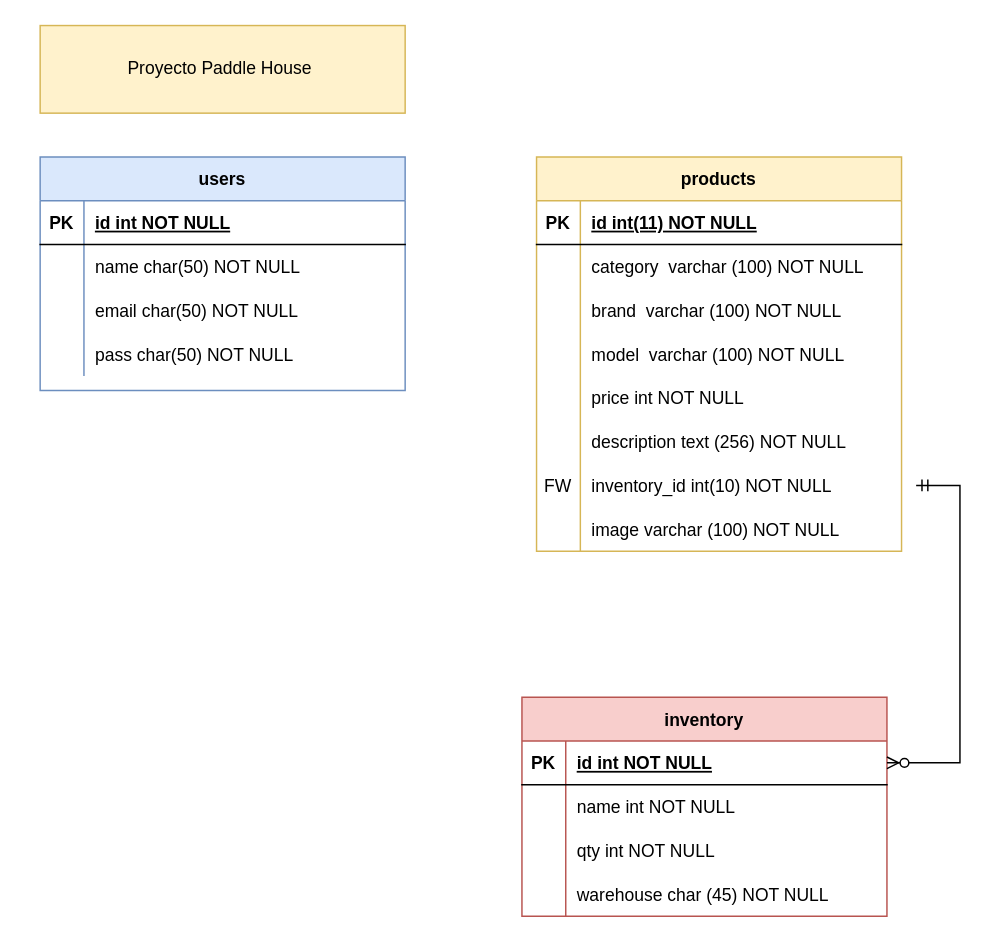
Earlier version of the draw.io diagram Diagrama BD Paddle House.drawio (Ferchu14th/Grupo_4_PaddleHouse). Source tidied: cells renumbered, new cells numbered last; positions are measured from the earlier drawing's top-left corner, leaving out a move shared by most shapes. Both pictures are drawn from the tidied source at 146%, with x=0, y=0 at pixel (39, 25).
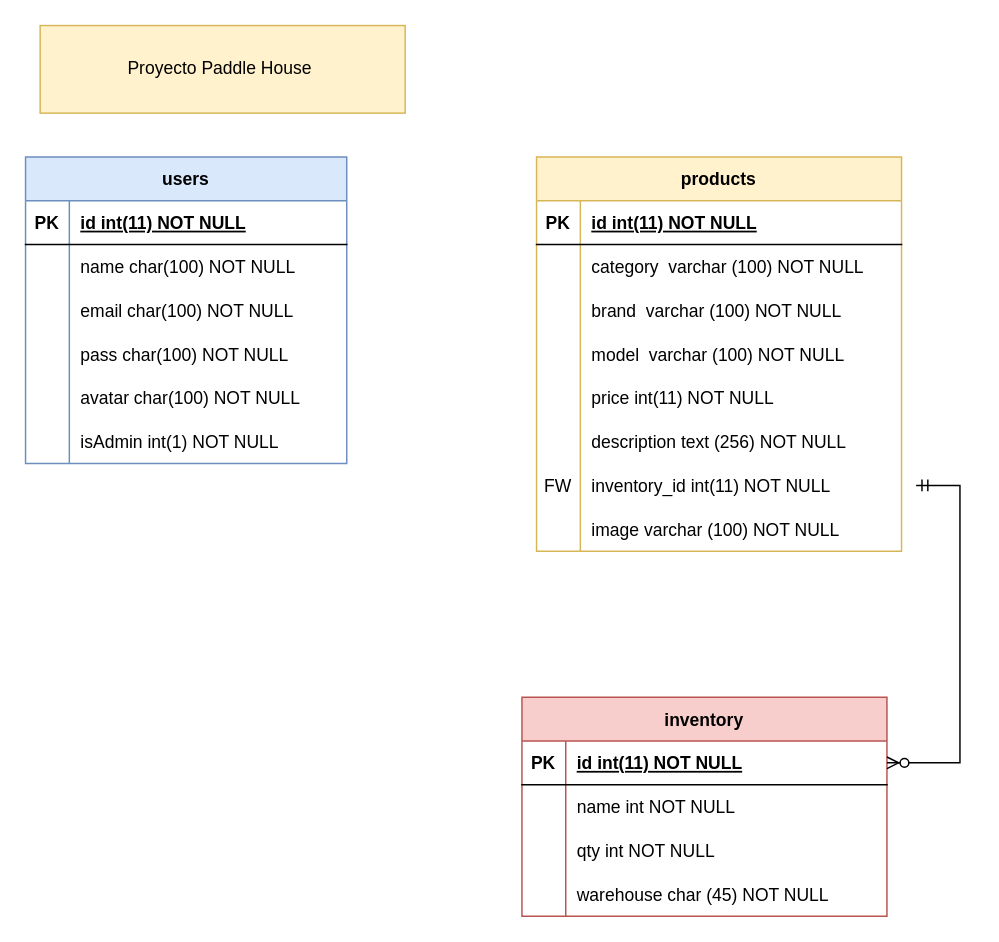
The same diagram, later.

Commit message (it also covers changes not shown here):
diagrama BD ajustado y versión en PDF para ver desde VC

The change refers to these unchanged cells:
```xml
<mxCell id="15" style="shape=partialRectangle;fillColor=none;top=0;left=0;right=0;bottom=0;" parent="2" vertex="1">
  <mxGeometry y="150" width="250" height="30" as="geometry" />
</mxCell>
<mxCell id="21" style="shape=partialRectangle;fillColor=none;top=0;left=0;right=0;bottom=0;" parent="2" vertex="1">
  <mxGeometry y="210" width="250" height="30" as="geometry" />
</mxCell>
<mxCell id="41" style="shape=partialRectangle;fillColor=none;points=[[0,0.5],[1,0.5]];portConstraint=eastwest;top=0;left=0;right=0;bottom=1;" parent="40" vertex="1">
  <mxGeometry y="30" width="250" height="30" as="geometry" />
</mxCell>
```

Diff of the diagram source:
```diff
@@
-    <mxCell id="17" value="price int NOT NULL" style="shape=partialRectangle;overflow=hidden;fillColor=none;top=0;left=0;bottom=0;right=0;align=left;spacingLeft=6;" parent="15" vertex="1">
+    <mxCell id="17" value="price int(11) NOT NULL" style="shape=partialRectangle;overflow=hidden;fillColor=none;top=0;left=0;bottom=0;right=0;align=left;spacingLeft=6;" parent="15" vertex="1">
       <mxGeometry x="30" width="220" height="30" as="geometry" />
     </mxCell>
@@
-    <mxCell id="23" value="inventory_id int(10) NOT NULL" style="shape=partialRectangle;overflow=hidden;fillColor=none;top=0;left=0;bottom=0;right=0;align=left;spacingLeft=6;" parent="21" vertex="1">
+    <mxCell id="23" value="inventory_id int(11) NOT NULL" style="shape=partialRectangle;overflow=hidden;fillColor=none;top=0;left=0;bottom=0;right=0;align=left;spacingLeft=6;" parent="21" vertex="1">
       <mxGeometry x="30" width="220" height="30" as="geometry" />
     </mxCell>
@@
     <mxCell id="27" value="users" style="shape=table;startSize=30;childLayout=tableLayout;rowLines=0;fontStyle=1;align=center;fillColor=#dae8fc;strokeColor=#6c8ebf;" parent="1" vertex="1">
-      <mxGeometry y="90" width="250" height="160" as="geometry" />
+      <mxGeometry x="-10" y="90" width="220" height="210" as="geometry" />
     </mxCell>
     <mxCell id="28" style="shape=partialRectangle;fillColor=none;top=0;left=0;right=0;bottom=1;" parent="27" vertex="1">
-      <mxGeometry y="30" width="250" height="30" as="geometry" />
+      <mxGeometry y="30" width="220" height="30" as="geometry" />
     </mxCell>
@@
-    <mxCell id="30" value="id int NOT NULL " style="shape=partialRectangle;overflow=hidden;fillColor=none;top=0;left=0;bottom=0;right=0;align=left;spacingLeft=6;fontStyle=5;" parent="28" vertex="1">
-      <mxGeometry x="30" width="220" height="30" as="geometry" />
+    <mxCell id="30" value="id int(11) NOT NULL " style="shape=partialRectangle;overflow=hidden;fillColor=none;top=0;left=0;bottom=0;right=0;align=left;spacingLeft=6;fontStyle=5;" parent="28" vertex="1">
+      <mxGeometry x="30" width="190" height="30" as="geometry" />
     </mxCell>
     <mxCell id="31" style="shape=partialRectangle;fillColor=none;top=0;left=0;right=0;bottom=0;" parent="27" vertex="1">
-      <mxGeometry y="60" width="250" height="30" as="geometry" />
+      <mxGeometry y="60" width="220" height="30" as="geometry" />
     </mxCell>
@@
-    <mxCell id="33" value="name char(50) NOT NULL" style="shape=partialRectangle;overflow=hidden;fillColor=none;top=0;left=0;bottom=0;right=0;align=left;spacingLeft=6;" parent="31" vertex="1">
-      <mxGeometry x="30" width="220" height="30" as="geometry" />
+    <mxCell id="33" value="name char(100) NOT NULL" style="shape=partialRectangle;overflow=hidden;fillColor=none;top=0;left=0;bottom=0;right=0;align=left;spacingLeft=6;" parent="31" vertex="1">
+      <mxGeometry x="30" width="190" height="30" as="geometry" />
     </mxCell>
     <mxCell id="34" style="shape=partialRectangle;fillColor=none;top=0;left=0;right=0;bottom=0;" parent="27" vertex="1">
-      <mxGeometry y="90" width="250" height="30" as="geometry" />
+      <mxGeometry y="90" width="220" height="30" as="geometry" />
     </mxCell>
@@
-    <mxCell id="36" value="email char(50) NOT NULL" style="shape=partialRectangle;overflow=hidden;fillColor=none;top=0;left=0;bottom=0;right=0;align=left;spacingLeft=6;" parent="34" vertex="1">
-      <mxGeometry x="30" width="220" height="30" as="geometry" />
+    <mxCell id="36" value="email char(100) NOT NULL" style="shape=partialRectangle;overflow=hidden;fillColor=none;top=0;left=0;bottom=0;right=0;align=left;spacingLeft=6;" parent="34" vertex="1">
+      <mxGeometry x="30" width="190" height="30" as="geometry" />
     </mxCell>
     <mxCell id="37" style="shape=partialRectangle;fillColor=none;top=0;left=0;right=0;bottom=0;" parent="27" vertex="1">
-      <mxGeometry y="120" width="250" height="30" as="geometry" />
+      <mxGeometry y="120" width="220" height="30" as="geometry" />
     </mxCell>
@@
-    <mxCell id="39" value="pass char(50) NOT NULL" style="shape=partialRectangle;overflow=hidden;fillColor=none;top=0;left=0;bottom=0;right=0;align=left;spacingLeft=6;" parent="37" vertex="1">
-      <mxGeometry x="30" width="220" height="30" as="geometry" />
+    <mxCell id="39" value="pass char(100) NOT NULL" style="shape=partialRectangle;overflow=hidden;fillColor=none;top=0;left=0;bottom=0;right=0;align=left;spacingLeft=6;" parent="37" vertex="1">
+      <mxGeometry x="30" width="190" height="30" as="geometry" />
     </mxCell>
+    <mxCell id="55" style="shape=partialRectangle;fillColor=none;top=0;left=0;right=0;bottom=0;" parent="27" vertex="1">
+      <mxGeometry y="150" width="220" height="30" as="geometry" />
+    </mxCell>
+    <mxCell id="56" style="shape=partialRectangle;overflow=hidden;fillColor=none;top=0;left=0;bottom=0;right=0;" parent="55" vertex="1">
+      <mxGeometry width="30" height="30" as="geometry" />
+    </mxCell>
+    <mxCell id="57" value="avatar char(100) NOT NULL" style="shape=partialRectangle;overflow=hidden;fillColor=none;top=0;left=0;bottom=0;right=0;align=left;spacingLeft=6;" parent="55" vertex="1">
+      <mxGeometry x="30" width="190" height="30" as="geometry" />
+    </mxCell>
+    <mxCell id="58" style="shape=partialRectangle;fillColor=none;top=0;left=0;right=0;bottom=0;" parent="27" vertex="1">
+      <mxGeometry y="180" width="220" height="30" as="geometry" />
+    </mxCell>
+    <mxCell id="59" style="shape=partialRectangle;overflow=hidden;fillColor=none;top=0;left=0;bottom=0;right=0;" parent="58" vertex="1">
+      <mxGeometry width="30" height="30" as="geometry" />
+    </mxCell>
+    <mxCell id="60" value="isAdmin int(1) NOT NULL" style="shape=partialRectangle;overflow=hidden;fillColor=none;top=0;left=0;bottom=0;right=0;align=left;spacingLeft=6;" parent="58" vertex="1">
+      <mxGeometry x="30" width="190" height="30" as="geometry" />
+    </mxCell>
@@
-    <mxCell id="43" value="id int NOT NULL" style="shape=partialRectangle;overflow=hidden;fillColor=none;top=0;left=0;bottom=0;right=0;align=left;spacingLeft=6;fontStyle=5;" parent="41" vertex="1">
+    <mxCell id="43" value="id int(11) NOT NULL" style="shape=partialRectangle;overflow=hidden;fillColor=none;top=0;left=0;bottom=0;right=0;align=left;spacingLeft=6;fontStyle=5;" parent="41" vertex="1">
       <mxGeometry x="30" width="220" height="30" as="geometry" />
     </mxCell>
@@
+    <mxCell id="61" style="shape=partialRectangle;fillColor=none;top=0;left=0;right=0;bottom=0;" parent="1" vertex="1">
+      <mxGeometry x="-10" y="240" width="250" height="30" as="geometry" />
+    </mxCell>
+    <mxCell id="62" style="shape=partialRectangle;overflow=hidden;fillColor=none;top=0;left=0;bottom=0;right=0;" parent="61" vertex="1">
+      <mxGeometry width="30" height="30" as="geometry" />
+    </mxCell>
+    <mxCell id="63" style="shape=partialRectangle;fillColor=none;top=0;left=0;right=0;bottom=0;" parent="1" vertex="1">
+      <mxGeometry x="-10" y="270" width="250" height="30" as="geometry" />
+    </mxCell>
+    <mxCell id="64" style="shape=partialRectangle;overflow=hidden;fillColor=none;top=0;left=0;bottom=0;right=0;" parent="63" vertex="1">
+      <mxGeometry width="30" height="30" as="geometry" />
+    </mxCell>
```
